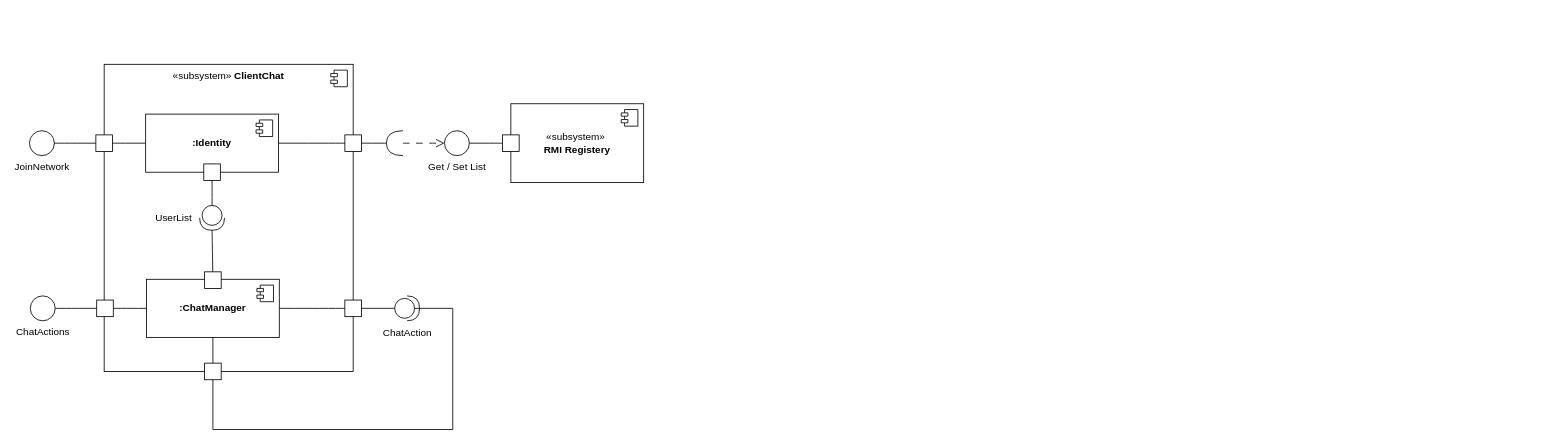
samuelroland/poneytoponey keeps this draw.io diagram as docs/component.drawio. Above is the earlier version. Source tidied: cells renumbered, new cells numbered last; positions are measured from the earlier drawing's top-left corner, leaving out a move shared by most shapes. Both pictures are drawn from the tidied source at 83%, with x=0, y=0 at pixel (29, 64).
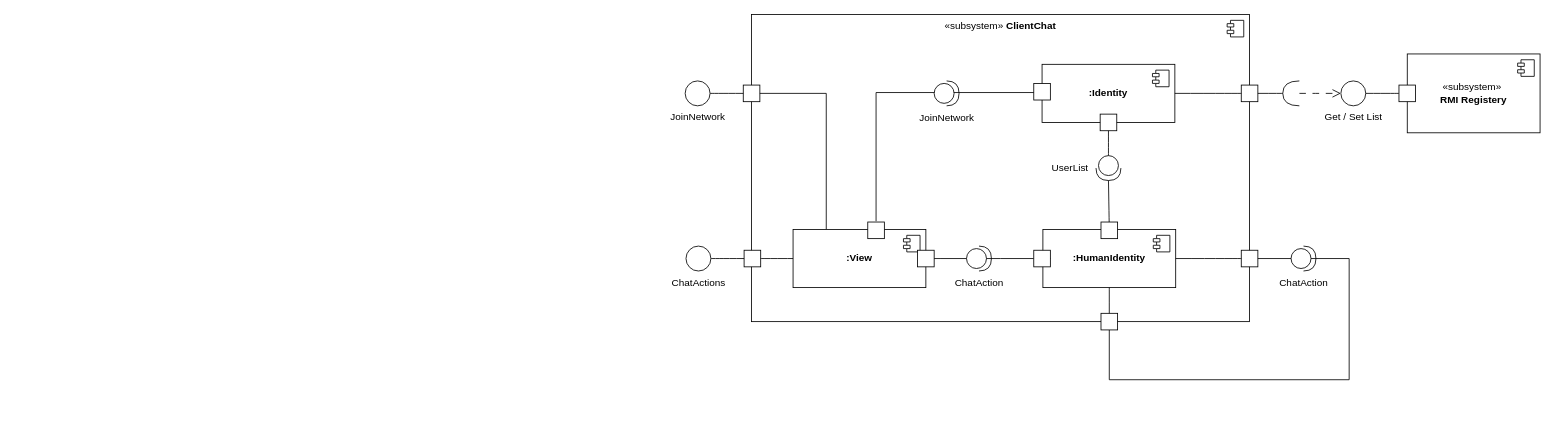
The same diagram, later.

Commit message (it also covers changes not shown here):
doc: modified component diagram

Diff of the diagram source:
```diff
@@
     <mxCell id="2" value="&lt;div&gt;«subsystem»&amp;nbsp;&lt;b&gt;ClientChat&lt;/b&gt;&lt;/div&gt;" style="html=1;whiteSpace=wrap;verticalAlign=top;" parent="1" vertex="1">
-      <mxGeometry x="90" width="300" height="370" as="geometry" />
+      <mxGeometry x="870" y="-60" width="600" height="370" as="geometry" />
     </mxCell>
-    <mxCell id="3" style="shape=module;jettyWidth=8;jettyHeight=4;" parent="2" vertex="1">
-      <mxGeometry x="1" width="20" height="20" relative="1" as="geometry">
-        <mxPoint x="-27" y="7" as="offset" />
-      </mxGeometry>
-    </mxCell>
+    <mxCell id="39" style="shape=module;jettyWidth=8;jettyHeight=4;" parent="2" vertex="1">
+      <mxGeometry x="1" width="20" height="20" relative="1" as="geometry">
+        <mxPoint x="-27" y="7" as="offset" />
+      </mxGeometry>
+    </mxCell>
     <mxCell id="4" value="&lt;b&gt;:Identity&lt;/b&gt;" style="html=1;whiteSpace=wrap;" parent="1" vertex="1">
-      <mxGeometry x="140" y="60" width="160" height="70" as="geometry" />
+      <mxGeometry x="1220" width="160" height="70" as="geometry" />
     </mxCell>
-    <mxCell id="5" style="shape=module;jettyWidth=8;jettyHeight=4;" parent="4" vertex="1">
-      <mxGeometry x="1" width="20" height="20" relative="1" as="geometry">
-        <mxPoint x="-27" y="7" as="offset" />
-      </mxGeometry>
-    </mxCell>
-    <mxCell id="6" value="&lt;div&gt;&lt;b&gt;:ChatManager&lt;/b&gt;&lt;/div&gt;" style="html=1;whiteSpace=wrap;" parent="1" vertex="1">
-      <mxGeometry x="141" y="259" width="160" height="70" as="geometry" />
-    </mxCell>
-    <mxCell id="7" style="shape=module;jettyWidth=8;jettyHeight=4;" parent="6" vertex="1">
-      <mxGeometry x="1" width="20" height="20" relative="1" as="geometry">
-        <mxPoint x="-27" y="7" as="offset" />
-      </mxGeometry>
-    </mxCell>
+    <mxCell id="40" style="shape=module;jettyWidth=8;jettyHeight=4;" parent="4" vertex="1">
+      <mxGeometry x="1" width="20" height="20" relative="1" as="geometry">
+        <mxPoint x="-27" y="7" as="offset" />
+      </mxGeometry>
+    </mxCell>
+    <mxCell id="41" value="&lt;div&gt;&lt;b&gt;:HumanIdentity&lt;/b&gt;&lt;/div&gt;" style="html=1;whiteSpace=wrap;" parent="1" vertex="1">
+      <mxGeometry x="1221" y="199" width="160" height="70" as="geometry" />
+    </mxCell>
+    <mxCell id="42" style="shape=module;jettyWidth=8;jettyHeight=4;" parent="41" vertex="1">
+      <mxGeometry x="1" width="20" height="20" relative="1" as="geometry">
+        <mxPoint x="-27" y="7" as="offset" />
+      </mxGeometry>
+    </mxCell>
     <mxCell id="8" value="&lt;div&gt;JoinNetwork&lt;/div&gt;" style="ellipse;verticalAlign=top;html=1;labelPosition=center;verticalLabelPosition=bottom;align=center;" parent="1" vertex="1">
-      <mxGeometry y="80" width="30" height="30" as="geometry" />
+      <mxGeometry x="790" y="20" width="30" height="30" as="geometry" />
     </mxCell>
     <mxCell id="9" value="ChatActions" style="ellipse;verticalAlign=top;html=1;labelPosition=center;verticalLabelPosition=bottom;align=center;" parent="1" vertex="1">
-      <mxGeometry x="1" y="279" width="30" height="30" as="geometry" />
+      <mxGeometry x="791" y="219" width="30" height="30" as="geometry" />
     </mxCell>
-    <mxCell id="10" style="html=1;rounded=0;" parent="1" vertex="1">
-      <mxGeometry x="81" y="284" width="20" height="20" as="geometry" />
-    </mxCell>
-    <mxCell id="11" style="html=1;rounded=0;" parent="1" vertex="1">
-      <mxGeometry x="80" y="85" width="20" height="20" as="geometry" />
-    </mxCell>
-    <mxCell id="12" style="endArrow=none;html=1;rounded=0;fontSize=12;startSize=8;endSize=8;curved=1;exitX=1;exitY=0.5;exitDx=0;exitDy=0;entryX=0;entryY=0.5;entryDx=0;entryDy=0;" parent="1" edge="1" source="8" target="11">
-      <mxGeometry relative="1" as="geometry" />
-    </mxCell>
-    <mxCell id="13" style="endArrow=none;html=1;rounded=0;fontSize=12;startSize=8;endSize=8;curved=1;exitX=1;exitY=0.5;exitDx=0;exitDy=0;entryX=0;entryY=0.5;entryDx=0;entryDy=0;" parent="1" edge="1" source="9" target="10">
-      <mxGeometry relative="1" as="geometry" />
-    </mxCell>
-    <mxCell id="14" style="endArrow=none;html=1;rounded=0;fontSize=12;startSize=8;endSize=8;curved=1;exitX=1;exitY=0.5;exitDx=0;exitDy=0;entryX=0;entryY=0.5;entryDx=0;entryDy=0;" parent="1" edge="1" source="10" target="6">
-      <mxGeometry relative="1" as="geometry" />
-    </mxCell>
-    <mxCell id="15" style="endArrow=none;html=1;rounded=0;fontSize=12;startSize=8;endSize=8;curved=1;exitX=1;exitY=0.5;exitDx=0;exitDy=0;entryX=0;entryY=0.5;entryDx=0;entryDy=0;" parent="1" edge="1" source="11" target="4">
-      <mxGeometry relative="1" as="geometry" />
-    </mxCell>
+    <mxCell id="43" style="html=1;rounded=0;" parent="1" vertex="1">
+      <mxGeometry x="861" y="224" width="20" height="20" as="geometry" />
+    </mxCell>
+    <mxCell id="44" style="html=1;rounded=0;" parent="1" vertex="1">
+      <mxGeometry x="860" y="25" width="20" height="20" as="geometry" />
+    </mxCell>
+    <mxCell id="45" style="endArrow=none;html=1;rounded=0;fontSize=12;startSize=8;endSize=8;curved=1;exitX=1;exitY=0.5;exitDx=0;exitDy=0;entryX=0;entryY=0.5;entryDx=0;entryDy=0;" parent="1" edge="1" source="8" target="44">
+      <mxGeometry relative="1" as="geometry" />
+    </mxCell>
+    <mxCell id="46" style="endArrow=none;html=1;rounded=0;fontSize=12;startSize=8;endSize=8;curved=1;exitX=1;exitY=0.5;exitDx=0;exitDy=0;entryX=0;entryY=0.5;entryDx=0;entryDy=0;" parent="1" edge="1" source="9" target="43">
+      <mxGeometry relative="1" as="geometry" />
+    </mxCell>
+    <mxCell id="47" style="endArrow=none;html=1;rounded=0;fontSize=12;startSize=8;endSize=8;curved=1;exitX=1;exitY=0.5;exitDx=0;exitDy=0;entryX=0;entryY=0.5;entryDx=0;entryDy=0;" parent="1" edge="1" source="68" target="41">
+      <mxGeometry relative="1" as="geometry" />
+    </mxCell>
+    <mxCell id="48" style="endArrow=none;html=1;rounded=0;fontSize=12;startSize=8;endSize=8;curved=0;exitX=1;exitY=0.5;exitDx=0;exitDy=0;entryX=0.25;entryY=0;entryDx=0;entryDy=0;" parent="1" edge="1" source="44" target="70">
+      <mxGeometry relative="1" as="geometry">
+        <Array as="points">
+          <mxPoint x="960" y="35" />
+        </Array>
+      </mxGeometry>
+    </mxCell>
     <mxCell id="16" value="&lt;div&gt;«subsystem»&amp;nbsp;&lt;b&gt;&lt;br&gt;&lt;/b&gt;&lt;/div&gt;&lt;div&gt;&lt;b&gt;RMI Registery&lt;/b&gt;&lt;/div&gt;" style="html=1;whiteSpace=wrap;verticalAlign=middle;" parent="1" vertex="1">
-      <mxGeometry x="580" y="47.5" width="160" height="95" as="geometry" />
+      <mxGeometry x="1660" y="-12.5" width="160" height="95" as="geometry" />
     </mxCell>
-    <mxCell id="17" style="shape=module;jettyWidth=8;jettyHeight=4;" parent="16" vertex="1">
-      <mxGeometry x="1" width="20" height="20" relative="1" as="geometry">
-        <mxPoint x="-27" y="7" as="offset" />
-      </mxGeometry>
-    </mxCell>
-    <mxCell id="18" style="html=1;rounded=0;" parent="1" vertex="1">
-      <mxGeometry x="380" y="85" width="20" height="20" as="geometry" />
-    </mxCell>
-    <mxCell id="19" style="html=1;rounded=0;" parent="1" vertex="1">
-      <mxGeometry x="380" y="284" width="20" height="20" as="geometry" />
-    </mxCell>
-    <mxCell id="20" style="endArrow=none;html=1;rounded=0;fontSize=12;startSize=8;endSize=8;curved=1;exitX=0;exitY=0.5;exitDx=0;exitDy=0;entryX=1;entryY=0.5;entryDx=0;entryDy=0;" parent="1" edge="1" source="18" target="4">
-      <mxGeometry relative="1" as="geometry" />
-    </mxCell>
-    <mxCell id="21" style="endArrow=none;html=1;rounded=0;fontSize=12;startSize=8;endSize=8;curved=1;exitX=0;exitY=0.5;exitDx=0;exitDy=0;entryX=1;entryY=0.5;entryDx=0;entryDy=0;" parent="1" edge="1" source="19" target="6">
-      <mxGeometry relative="1" as="geometry" />
-    </mxCell>
-    <mxCell id="22" style="endArrow=none;html=1;rounded=0;fontSize=12;startSize=8;endSize=8;curved=0;exitX=1;exitY=0.5;exitDx=0;exitDy=0;entryX=0.5;entryY=1;entryDx=0;entryDy=0;" parent="1" edge="1" source="19" target="23">
-      <mxGeometry relative="1" as="geometry">
-        <Array as="points">
-          <mxPoint x="510" y="294" />
-          <mxPoint x="510" y="440" />
-          <mxPoint x="221" y="440" />
-        </Array>
-      </mxGeometry>
-    </mxCell>
-    <mxCell id="23" style="html=1;rounded=0;" parent="1" vertex="1">
-      <mxGeometry x="211" y="360" width="20" height="20" as="geometry" />
-    </mxCell>
-    <mxCell id="24" value="ChatAction" style="shape=providedRequiredInterface;html=1;verticalLabelPosition=bottom;sketch=0;" parent="1" vertex="1">
-      <mxGeometry x="440" y="279" width="30" height="30" as="geometry" />
-    </mxCell>
-    <mxCell id="25" style="endArrow=none;html=1;rounded=0;fontSize=12;startSize=8;endSize=8;curved=1;exitX=0.5;exitY=1;exitDx=0;exitDy=0;entryX=0.5;entryY=0;entryDx=0;entryDy=0;" parent="1" edge="1" source="6" target="23">
-      <mxGeometry relative="1" as="geometry" />
-    </mxCell>
+    <mxCell id="49" style="shape=module;jettyWidth=8;jettyHeight=4;" parent="16" vertex="1">
+      <mxGeometry x="1" width="20" height="20" relative="1" as="geometry">
+        <mxPoint x="-27" y="7" as="offset" />
+      </mxGeometry>
+    </mxCell>
+    <mxCell id="50" style="html=1;rounded=0;" parent="1" vertex="1">
+      <mxGeometry x="1460" y="25" width="20" height="20" as="geometry" />
+    </mxCell>
+    <mxCell id="51" style="html=1;rounded=0;" parent="1" vertex="1">
+      <mxGeometry x="1460" y="224" width="20" height="20" as="geometry" />
+    </mxCell>
+    <mxCell id="52" style="endArrow=none;html=1;rounded=0;fontSize=12;startSize=8;endSize=8;curved=1;exitX=0;exitY=0.5;exitDx=0;exitDy=0;entryX=1;entryY=0.5;entryDx=0;entryDy=0;" parent="1" edge="1" source="50" target="4">
+      <mxGeometry relative="1" as="geometry" />
+    </mxCell>
+    <mxCell id="53" style="endArrow=none;html=1;rounded=0;fontSize=12;startSize=8;endSize=8;curved=1;exitX=0;exitY=0.5;exitDx=0;exitDy=0;entryX=1;entryY=0.5;entryDx=0;entryDy=0;" parent="1" edge="1" source="51" target="41">
+      <mxGeometry relative="1" as="geometry" />
+    </mxCell>
+    <mxCell id="54" style="endArrow=none;html=1;rounded=0;fontSize=12;startSize=8;endSize=8;curved=0;exitX=1;exitY=0.5;exitDx=0;exitDy=0;entryX=0.5;entryY=1;entryDx=0;entryDy=0;" parent="1" edge="1" source="51" target="55">
+      <mxGeometry relative="1" as="geometry">
+        <Array as="points">
+          <mxPoint x="1590" y="234" />
+          <mxPoint x="1590" y="380" />
+          <mxPoint x="1301" y="380" />
+        </Array>
+      </mxGeometry>
+    </mxCell>
+    <mxCell id="55" style="html=1;rounded=0;" parent="1" vertex="1">
+      <mxGeometry x="1291" y="300" width="20" height="20" as="geometry" />
+    </mxCell>
+    <mxCell id="56" value="ChatAction" style="shape=providedRequiredInterface;html=1;verticalLabelPosition=bottom;sketch=0;" parent="1" vertex="1">
+      <mxGeometry x="1520" y="219" width="30" height="30" as="geometry" />
+    </mxCell>
+    <mxCell id="57" style="endArrow=none;html=1;rounded=0;fontSize=12;startSize=8;endSize=8;curved=1;exitX=0.5;exitY=1;exitDx=0;exitDy=0;entryX=0.5;entryY=0;entryDx=0;entryDy=0;" parent="1" edge="1" source="41" target="55">
+      <mxGeometry relative="1" as="geometry" />
+    </mxCell>
     <mxCell id="26" value="Get / Set List" style="ellipse;verticalAlign=top;html=1;labelPosition=center;verticalLabelPosition=bottom;align=center;" parent="1" vertex="1">
-      <mxGeometry x="500" y="80" width="30" height="30" as="geometry" />
+      <mxGeometry x="1580" y="20" width="30" height="30" as="geometry" />
     </mxCell>
-    <mxCell id="27" style="shape=requiredInterface;html=1;verticalLabelPosition=bottom;sketch=0;rotation=-180;" parent="1" vertex="1">
-      <mxGeometry x="430" y="80" width="20" height="30" as="geometry" />
-    </mxCell>
-    <mxCell id="28" style="endArrow=none;html=1;rounded=0;fontSize=12;startSize=8;endSize=8;curved=1;exitX=1;exitY=0.5;exitDx=0;exitDy=0;entryX=1;entryY=0.5;entryDx=0;entryDy=0;exitPerimeter=0;" parent="1" edge="1" source="27" target="18">
-      <mxGeometry relative="1" as="geometry" />
-    </mxCell>
-    <mxCell id="29" style="html=1;rounded=0;" parent="1" vertex="1">
-      <mxGeometry x="570" y="85" width="20" height="20" as="geometry" />
-    </mxCell>
-    <mxCell id="30" style="html=1;verticalAlign=bottom;labelBackgroundColor=none;endArrow=open;endFill=0;dashed=1;rounded=0;fontSize=12;startSize=8;endSize=8;curved=1;exitX=0;exitY=0.5;exitDx=0;exitDy=0;exitPerimeter=0;entryX=0;entryY=0.5;entryDx=0;entryDy=0;dashPattern=8 8;" parent="1" edge="1" source="27" target="26">
-      <mxGeometry relative="1" as="geometry" />
-    </mxCell>
-    <mxCell id="31" style="endArrow=none;html=1;rounded=0;fontSize=12;startSize=8;endSize=8;curved=1;exitX=0;exitY=0.5;exitDx=0;exitDy=0;entryX=1;entryY=0.5;entryDx=0;entryDy=0;" parent="1" edge="1" source="29" target="26">
-      <mxGeometry relative="1" as="geometry" />
-    </mxCell>
-    <mxCell id="32" style="group;" parent="1" vertex="1">
-      <mxGeometry x="139" y="170" width="99" height="30" as="geometry" />
-    </mxCell>
+    <mxCell id="58" style="shape=requiredInterface;html=1;verticalLabelPosition=bottom;sketch=0;rotation=-180;" parent="1" vertex="1">
+      <mxGeometry x="1510" y="20" width="20" height="30" as="geometry" />
+    </mxCell>
+    <mxCell id="59" style="endArrow=none;html=1;rounded=0;fontSize=12;startSize=8;endSize=8;curved=1;exitX=1;exitY=0.5;exitDx=0;exitDy=0;entryX=1;entryY=0.5;entryDx=0;entryDy=0;exitPerimeter=0;" parent="1" edge="1" source="58" target="50">
+      <mxGeometry relative="1" as="geometry" />
+    </mxCell>
+    <mxCell id="60" style="html=1;rounded=0;" parent="1" vertex="1">
+      <mxGeometry x="1650" y="25" width="20" height="20" as="geometry" />
+    </mxCell>
+    <mxCell id="61" style="html=1;verticalAlign=bottom;labelBackgroundColor=none;endArrow=open;endFill=0;dashed=1;rounded=0;fontSize=12;startSize=8;endSize=8;curved=1;exitX=0;exitY=0.5;exitDx=0;exitDy=0;exitPerimeter=0;entryX=0;entryY=0.5;entryDx=0;entryDy=0;dashPattern=8 8;" parent="1" edge="1" source="58" target="26">
+      <mxGeometry relative="1" as="geometry" />
+    </mxCell>
+    <mxCell id="62" style="endArrow=none;html=1;rounded=0;fontSize=12;startSize=8;endSize=8;curved=1;exitX=0;exitY=0.5;exitDx=0;exitDy=0;entryX=1;entryY=0.5;entryDx=0;entryDy=0;" parent="1" edge="1" source="60" target="26">
+      <mxGeometry relative="1" as="geometry" />
+    </mxCell>
+    <mxCell id="63" style="group;" parent="1" vertex="1">
+      <mxGeometry x="1219" y="110" width="99" height="30" as="geometry" />
+    </mxCell>
-    <mxCell id="33" style="shape=providedRequiredInterface;html=1;verticalLabelPosition=bottom;sketch=0;rotation=90;" parent="32" vertex="1">
+    <mxCell id="33" style="shape=providedRequiredInterface;html=1;verticalLabelPosition=bottom;sketch=0;rotation=90;" parent="63" vertex="1">
       <mxGeometry x="66" width="30" height="30" as="geometry" />
     </mxCell>
-    <mxCell id="34" value="UserList" style="text;html=1;whiteSpace=wrap;strokeColor=none;fillColor=none;align=center;verticalAlign=middle;rounded=0;fontSize=12;" parent="32" vertex="1">
+    <mxCell id="34" value="UserList" style="text;html=1;whiteSpace=wrap;strokeColor=none;fillColor=none;align=center;verticalAlign=middle;rounded=0;fontSize=12;" parent="63" vertex="1">
       <mxGeometry x="5" width="60" height="30" as="geometry" />
     </mxCell>
@@
-    <mxCell id="36" style="endArrow=none;html=1;rounded=0;fontSize=12;startSize=8;endSize=8;curved=1;exitX=0.5;exitY=0;exitDx=0;exitDy=0;entryX=1;entryY=0.5;entryDx=0;entryDy=0;entryPerimeter=0;" parent="1" edge="1" source="6" target="33">
-      <mxGeometry relative="1" as="geometry" />
-    </mxCell>
-    <mxCell id="37" style="html=1;rounded=0;" parent="1" vertex="1">
-      <mxGeometry x="211" y="250" width="20" height="20" as="geometry" />
-    </mxCell>
-    <mxCell id="38" style="html=1;rounded=0;" parent="1" vertex="1">
-      <mxGeometry x="210" y="120" width="20" height="20" as="geometry" />
-    </mxCell>
+    <mxCell id="64" style="endArrow=none;html=1;rounded=0;fontSize=12;startSize=8;endSize=8;curved=1;exitX=0.5;exitY=0;exitDx=0;exitDy=0;entryX=1;entryY=0.5;entryDx=0;entryDy=0;entryPerimeter=0;" parent="1" edge="1" source="41" target="33">
+      <mxGeometry relative="1" as="geometry" />
+    </mxCell>
+    <mxCell id="65" style="html=1;rounded=0;" parent="1" vertex="1">
+      <mxGeometry x="1291" y="190" width="20" height="20" as="geometry" />
+    </mxCell>
+    <mxCell id="66" style="html=1;rounded=0;" parent="1" vertex="1">
+      <mxGeometry x="1290" y="60" width="20" height="20" as="geometry" />
+    </mxCell>
+    <mxCell id="67" style="endArrow=none;html=1;rounded=0;fontSize=12;startSize=8;endSize=8;curved=1;exitX=1;exitY=0.5;exitDx=0;exitDy=0;entryX=0;entryY=0.5;entryDx=0;entryDy=0;" parent="1" edge="1" source="43" target="68">
+      <mxGeometry relative="1" as="geometry" />
+    </mxCell>
+    <mxCell id="68" style="html=1;rounded=0;" parent="1" vertex="1">
+      <mxGeometry x="1210" y="224" width="20" height="20" as="geometry" />
+    </mxCell>
+    <mxCell id="69" value="ChatAction" style="shape=providedRequiredInterface;html=1;verticalLabelPosition=bottom;sketch=0;" parent="1" vertex="1">
+      <mxGeometry x="1129" y="219" width="30" height="30" as="geometry" />
+    </mxCell>
+    <mxCell id="70" value="&lt;div&gt;&lt;b&gt;:View&lt;/b&gt;&lt;/div&gt;" style="html=1;whiteSpace=wrap;" parent="1" vertex="1">
+      <mxGeometry x="920" y="199" width="160" height="70" as="geometry" />
+    </mxCell>
+    <mxCell id="71" style="shape=module;jettyWidth=8;jettyHeight=4;" parent="70" vertex="1">
+      <mxGeometry x="1" width="20" height="20" relative="1" as="geometry">
+        <mxPoint x="-27" y="7" as="offset" />
+      </mxGeometry>
+    </mxCell>
+    <mxCell id="72" style="html=1;rounded=0;" parent="1" vertex="1">
+      <mxGeometry x="1070" y="224" width="20" height="20" as="geometry" />
+    </mxCell>
+    <mxCell id="73" style="html=1;rounded=0;" parent="1" vertex="1">
+      <mxGeometry x="1010" y="190" width="20" height="20" as="geometry" />
+    </mxCell>
+    <mxCell id="74" style="endArrow=none;html=1;rounded=0;fontSize=12;startSize=8;endSize=8;curved=0;exitX=0.5;exitY=0;exitDx=0;exitDy=0;entryX=0;entryY=0.5;entryDx=0;entryDy=0;" parent="1" edge="1">
+      <mxGeometry relative="1" as="geometry">
+        <mxPoint x="1020" y="189" as="sourcePoint" />
+        <mxPoint x="1220" y="34" as="targetPoint" />
+        <Array as="points">
+          <mxPoint x="1020" y="34" />
+        </Array>
+      </mxGeometry>
+    </mxCell>
+    <mxCell id="75" value="JoinNetwork" style="shape=providedRequiredInterface;html=1;verticalLabelPosition=bottom;sketch=0;" parent="1" vertex="1">
+      <mxGeometry x="1090" y="20" width="30" height="30" as="geometry" />
+    </mxCell>
+    <mxCell id="76" style="html=1;rounded=0;" parent="1" vertex="1">
+      <mxGeometry x="1210" y="23" width="20" height="20" as="geometry" />
+    </mxCell>
```
